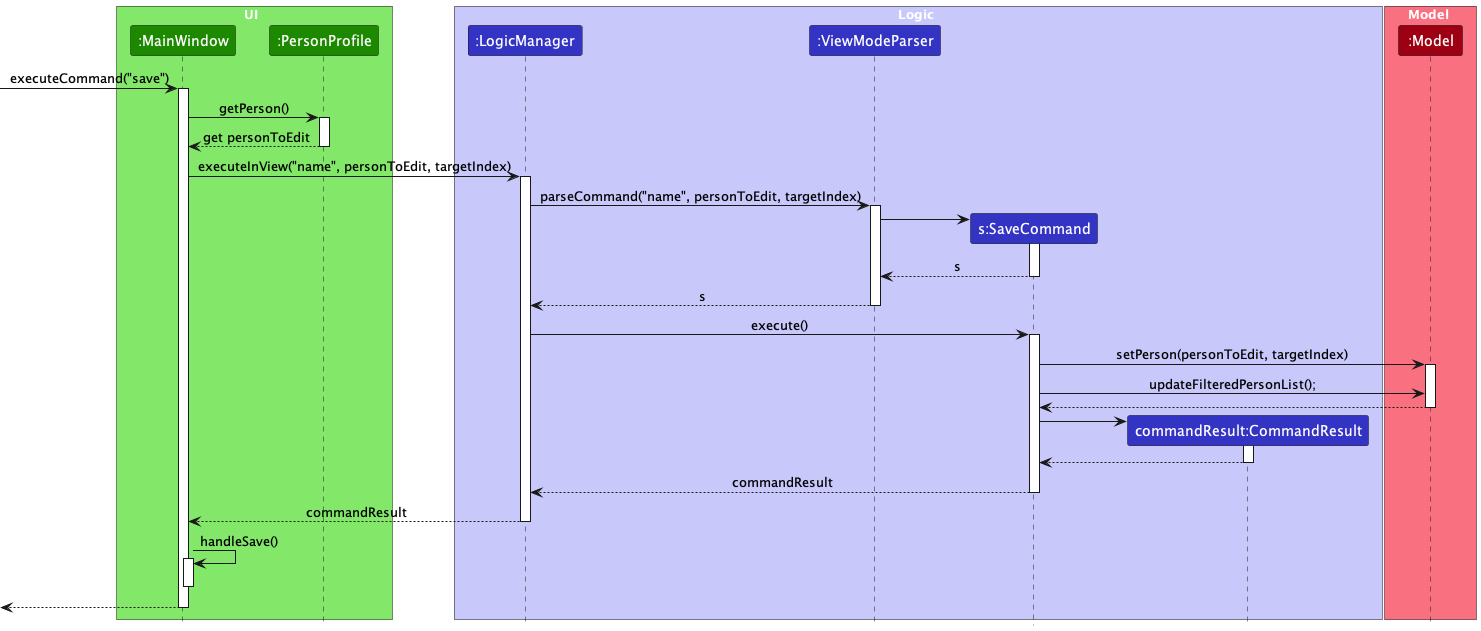
This is docs/images/SaveSequenceDiagram.png from nus-cs2103-AY2324S1/tp, a PlantUML export, as it was before one commit.
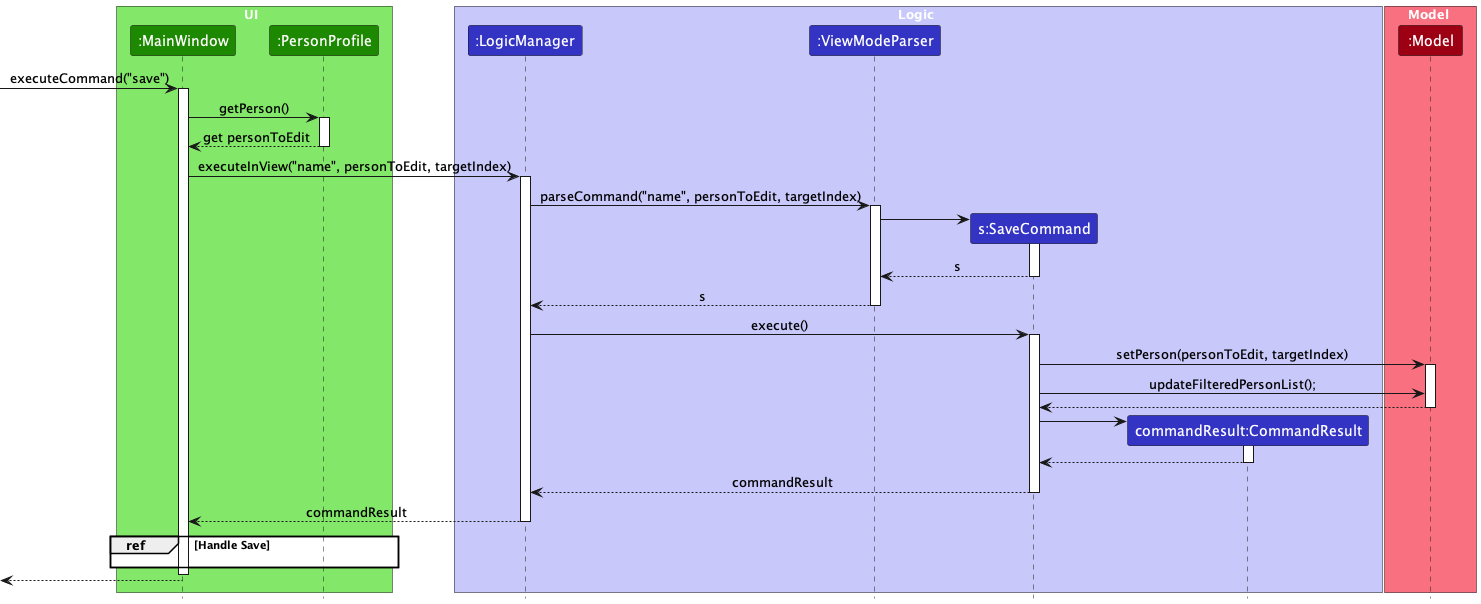
After the commit.

The edit, as a diff of the source:
```diff
@@ -68,8 +68,9 @@
 LogicManager --> MainWindow : commandResult
 deactivate LogicManager
 
-MainWindow -> MainWindow : handleSave()
-activate MainWindow
+group ref [Handle Save]
+    MainWindow -[hidden]-> PersonProfile
+end
 
 deactivate MainWindow
 
```
